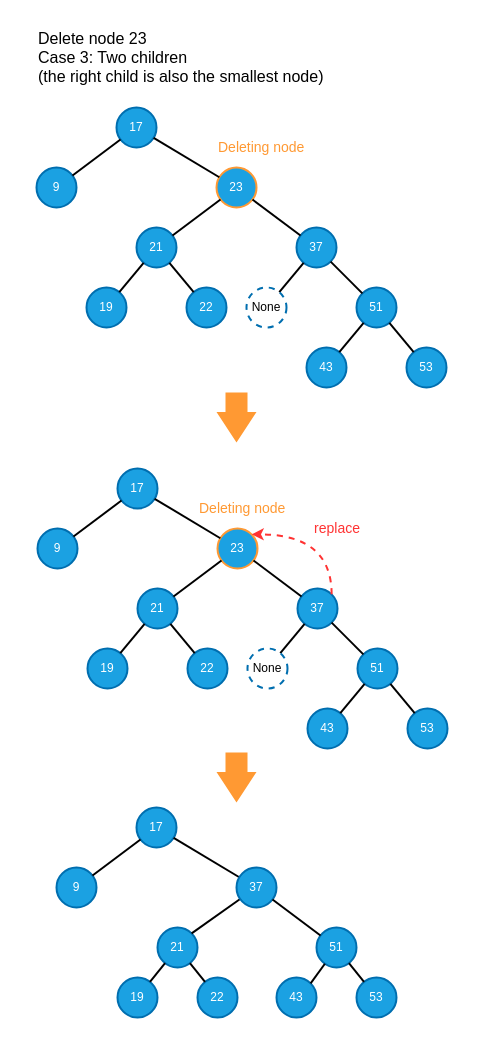
Earlier version of the draw.io diagram page "two_children_t_1" (4 of 10) of diagrams/bst_delete.drawio (burpeesDaily/forest-python). Source tidied: cells renumbered, new cells numbered last; positions are measured from the earlier drawing's top-left corner, leaving out a move shared by most shapes. Both pictures are drawn from the tidied source at 100%, with x=0, y=0 at pixel (17, 17).
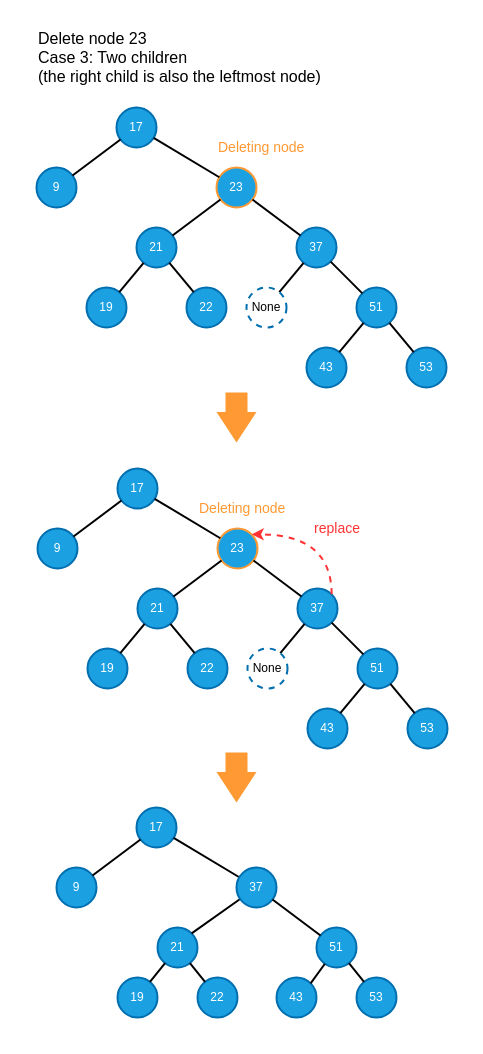
After the change.

What changed in the source:
```diff
@@
-    <mxCell id="22" value="&lt;font style=&quot;font-size: 16px&quot; color=&quot;#000000&quot;&gt;Delete node 23&lt;br&gt;Case 3: Two children &lt;br&gt;(the right child is also the smallest node)&lt;/font&gt;" style="text;html=1;strokeColor=none;fillColor=none;align=left;verticalAlign=middle;whiteSpace=wrap;rounded=0;" parent="1" vertex="1">
+    <mxCell id="22" value="&lt;font style=&quot;font-size: 16px&quot; color=&quot;#000000&quot;&gt;Delete node 23&lt;br&gt;Case 3: Two children &lt;br&gt;(the right child is also the leftmost node)&lt;/font&gt;" style="text;html=1;strokeColor=none;fillColor=none;align=left;verticalAlign=middle;whiteSpace=wrap;rounded=0;" parent="1" vertex="1">
       <mxGeometry x="19" y="30" width="430" height="20" as="geometry" />
     </mxCell>
```
